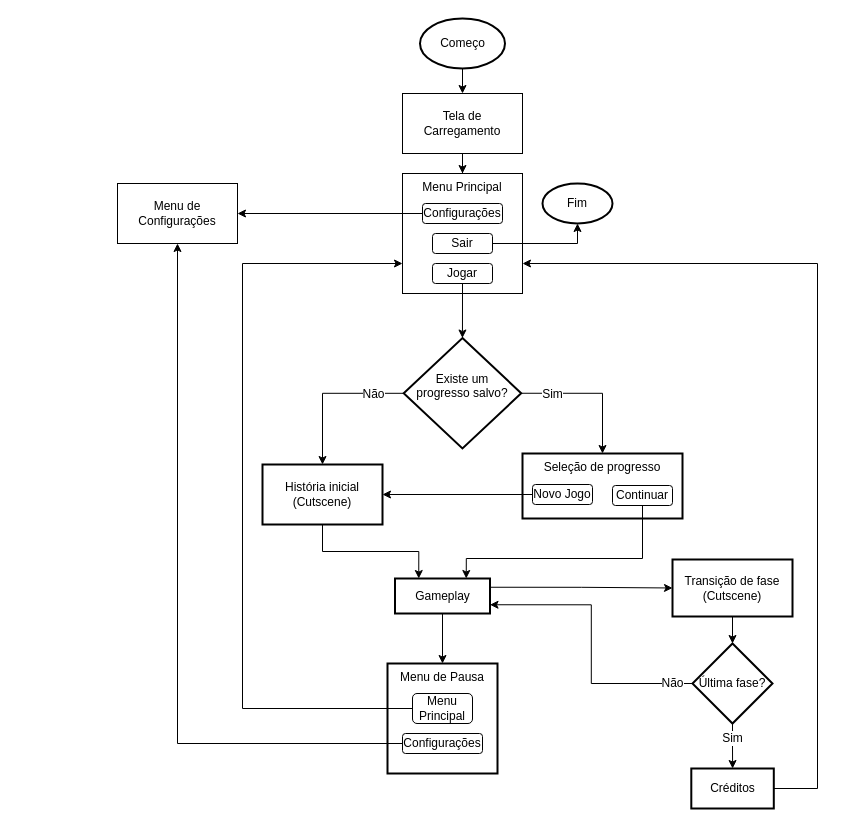
This is Runaway Bear flowchart.drawio from IsaacoHamsto/runawaybeargame, a draw.io file, before an edit. Source tidied: cells renumbered, new cells numbered last; positions are measured from the earlier drawing's top-left corner, leaving out a move shared by most shapes. Both pictures are drawn from the tidied source at 100%, with x=0, y=0 at pixel (117, 18).
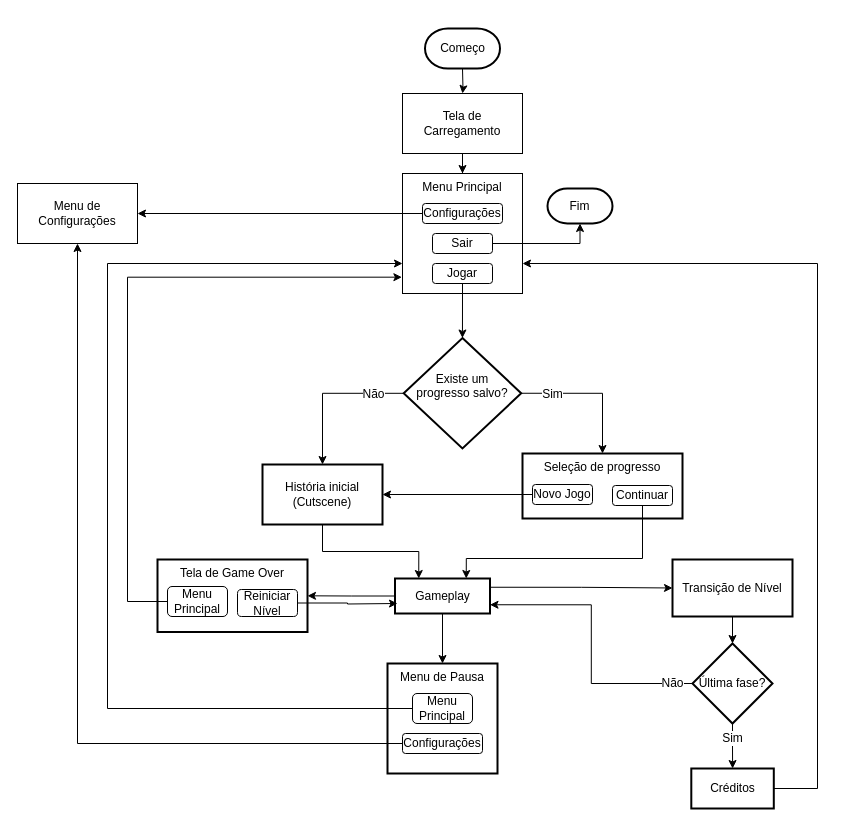
After the change.

Commit message:
Revisão do fluxograma

Unchanged cells that the change refers to:
```xml
<mxCell id="5" value="Tela de Carregamento" style="rounded=0;whiteSpace=wrap;html=1;" parent="1" vertex="1">
  <mxGeometry x="285" y="75" width="120" height="60" as="geometry" />
</mxCell>
<mxCell id="6" value="Menu Principal" style="rounded=0;whiteSpace=wrap;html=1;verticalAlign=top;fillColor=default;" parent="1" vertex="1">
  <mxGeometry x="285" y="155" width="120" height="120" as="geometry" />
</mxCell>
<mxCell id="12" value="Sair" style="rounded=1;whiteSpace=wrap;html=1;fillColor=default;" parent="1" vertex="1">
  <mxGeometry x="315" y="215" width="60" height="20" as="geometry" />
</mxCell>
<mxCell id="25" value="Gameplay" style="whiteSpace=wrap;html=1;strokeWidth=2;" parent="1" vertex="1">
  <mxGeometry x="277.5" y="560" width="95" height="35" as="geometry" />
</mxCell>
<mxCell id="30" value="Menu Principal" style="rounded=1;whiteSpace=wrap;html=1;fillColor=default;" parent="1" vertex="1">
  <mxGeometry x="295" y="675" width="60" height="30" as="geometry" />
</mxCell>
```

Diff of the diagram source:
```diff
@@
-    <mxCell id="2" style="edgeStyle=orthogonalEdgeStyle;rounded=0;jettySize=auto;html=1;" parent="1" edge="1" source="3" target="5">
-      <mxGeometry relative="1" as="geometry" />
+    <mxCell id="2" style="edgeStyle=orthogonalEdgeStyle;rounded=0;jettySize=auto;html=1;" parent="1" edge="1" target="5">
+      <mxGeometry relative="1" as="geometry">
+        <mxPoint x="345" y="50" as="sourcePoint" />
+      </mxGeometry>
     </mxCell>
-    <mxCell id="3" value="Começo" style="strokeWidth=2;html=1;shape=mxgraph.flowchart.start_1;whiteSpace=wrap;fillColor=default;" parent="1" vertex="1">
-      <mxGeometry x="302.5" width="85" height="50" as="geometry" />
-    </mxCell>
@@
-    <mxCell id="11" style="edgeStyle=orthogonalEdgeStyle;rounded=0;jettySize=auto;html=1;" parent="1" edge="1" source="12" target="26">
+    <mxCell id="11" style="edgeStyle=orthogonalEdgeStyle;rounded=0;jettySize=auto;html=1;entryX=0.5;entryY=1;entryDx=0;entryDy=0;entryPerimeter=0;" parent="1" edge="1" source="12" target="26">
       <mxGeometry relative="1" as="geometry" />
     </mxCell>
@@
+    <mxCell id="44" style="edgeStyle=orthogonalEdgeStyle;rounded=0;jettySize=auto;html=1;" parent="1" edge="1" source="25" target="45">
+      <mxGeometry relative="1" as="geometry" />
+    </mxCell>
@@
-    <mxCell id="26" value="Fim" style="strokeWidth=2;html=1;shape=mxgraph.flowchart.start_1;whiteSpace=wrap;" parent="1" vertex="1">
-      <mxGeometry x="425" y="165" width="70" height="40" as="geometry" />
-    </mxCell>
     <mxCell id="27" value="Menu de Configurações" style="rounded=0;whiteSpace=wrap;html=1;" parent="1" vertex="1">
-      <mxGeometry y="165" width="120" height="60" as="geometry" />
+      <mxGeometry x="-100" y="165" width="120" height="60" as="geometry" />
     </mxCell>
@@
     <mxCell id="29" style="edgeStyle=orthogonalEdgeStyle;rounded=0;jettySize=auto;html=1;entryX=0;entryY=0.75;entryDx=0;entryDy=0;" parent="1" edge="1" source="30" target="6">
       <mxGeometry relative="1" as="geometry">
         <Array as="points">
-          <mxPoint x="125" y="690" />
-          <mxPoint x="125" y="245" />
+          <mxPoint x="-10" y="690" />
+          <mxPoint x="-10" y="245" />
         </Array>
       </mxGeometry>
     </mxCell>
@@
-    <mxCell id="34" value="Transição de fase&lt;br&gt;(Cutscene)" style="whiteSpace=wrap;html=1;strokeWidth=2;verticalAlign=middle;" parent="1" vertex="1">
+    <mxCell id="34" value="Transição de Nível" style="whiteSpace=wrap;html=1;strokeWidth=2;verticalAlign=middle;" parent="1" vertex="1">
       <mxGeometry x="555" y="541" width="120" height="57" as="geometry" />
     </mxCell>
@@
+    <mxCell id="45" value="Tela de Game Over" style="whiteSpace=wrap;html=1;strokeWidth=2;verticalAlign=top;" parent="1" vertex="1">
+      <mxGeometry x="40" y="541" width="150" height="72.5" as="geometry" />
+    </mxCell>
+    <mxCell id="46" style="edgeStyle=orthogonalEdgeStyle;rounded=0;jettySize=auto;html=1;entryX=-0.005;entryY=0.864;entryDx=0;entryDy=0;entryPerimeter=0;" parent="1" edge="1" source="47" target="6">
+      <mxGeometry relative="1" as="geometry">
+        <Array as="points">
+          <mxPoint x="10" y="583" />
+          <mxPoint x="10" y="259" />
+        </Array>
+      </mxGeometry>
+    </mxCell>
+    <mxCell id="47" value="Menu Principal" style="rounded=1;whiteSpace=wrap;html=1;fillColor=default;" parent="1" vertex="1">
+      <mxGeometry x="50" y="568" width="60" height="30" as="geometry" />
+    </mxCell>
+    <mxCell id="48" style="edgeStyle=orthogonalEdgeStyle;rounded=0;jettySize=auto;html=1;" parent="1" edge="1" source="49">
+      <mxGeometry relative="1" as="geometry">
+        <mxPoint x="280" y="585" as="targetPoint" />
+      </mxGeometry>
+    </mxCell>
+    <mxCell id="49" value="Reiniciar Nível" style="rounded=1;whiteSpace=wrap;html=1;fillColor=default;" parent="1" vertex="1">
+      <mxGeometry x="120" y="571" width="60" height="27" as="geometry" />
+    </mxCell>
+    <mxCell id="3" value="Começo" style="strokeWidth=2;html=1;shape=mxgraph.flowchart.terminator;whiteSpace=wrap;" parent="1" vertex="1">
+      <mxGeometry x="307.5" y="10" width="75" height="40" as="geometry" />
+    </mxCell>
+    <mxCell id="26" value="Fim" style="strokeWidth=2;html=1;shape=mxgraph.flowchart.terminator;whiteSpace=wrap;" parent="1" vertex="1">
+      <mxGeometry x="430" y="170" width="65" height="35" as="geometry" />
+    </mxCell>
```
